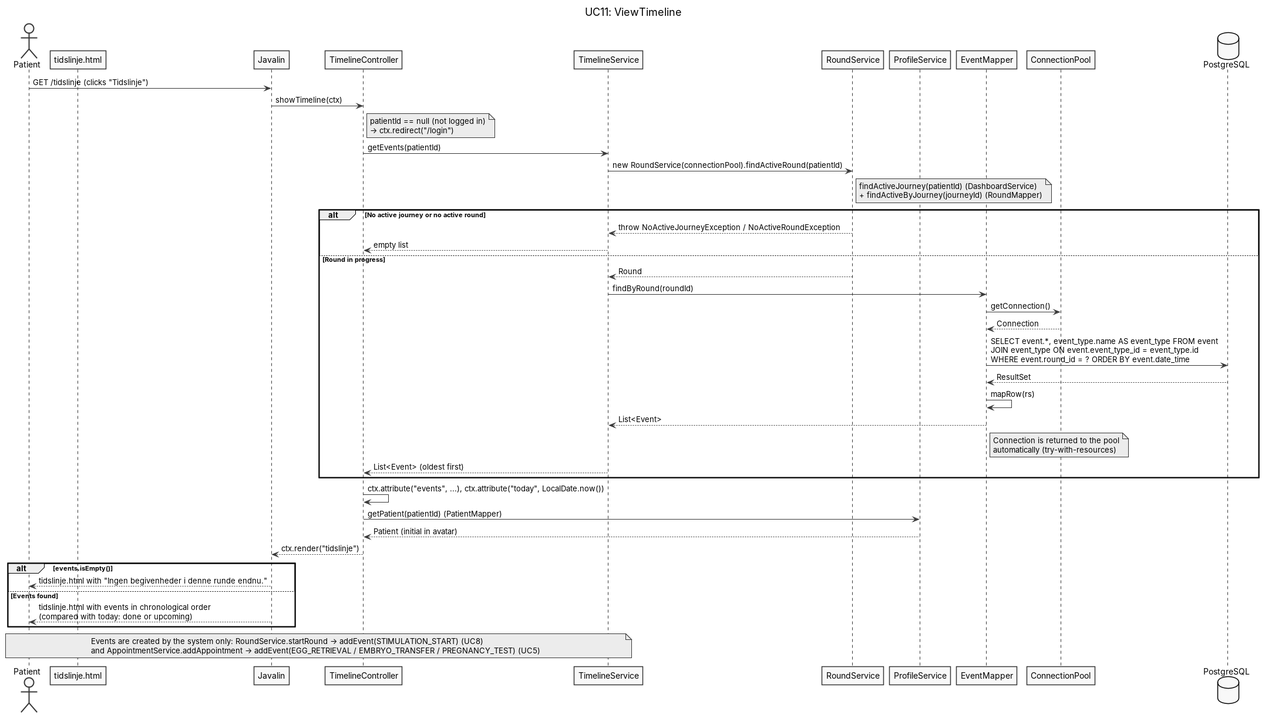
Earlier version of the PlantUML export doc/dynamic/UC11 - ViewTimeline.png (BesimaP/Simpl-PET-project). Its source is kept beside it as doc/dynamic/UC11 - ViewTimeline.puml.
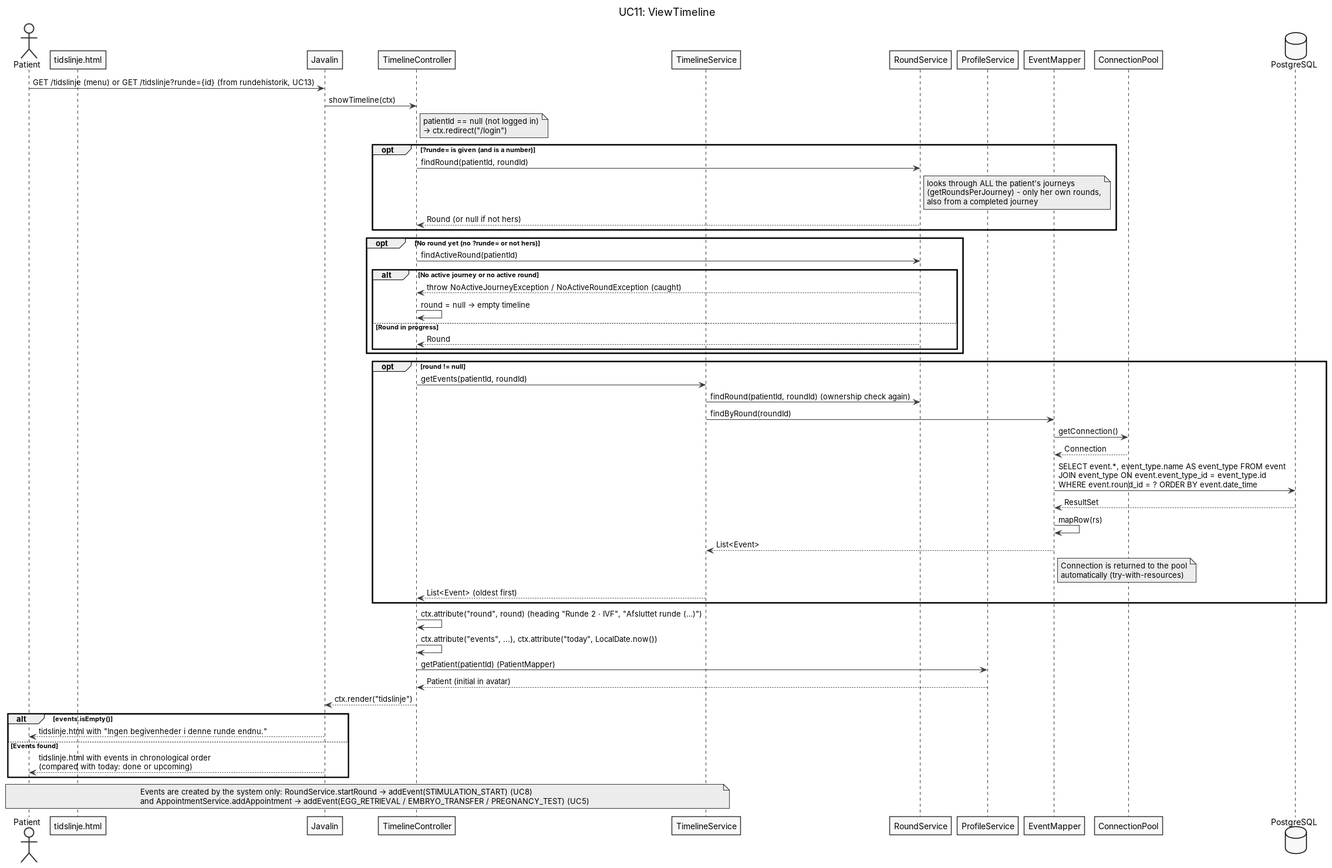
Later version of the same file.

What changed in the source:
```diff
@@ -17,18 +17,28 @@
 participant "ConnectionPool" as cp
 database "PostgreSQL" as db
 
-u -> j : GET /tidslinje (clicks "Tidslinje")
+u -> j : GET /tidslinje (menu) or GET /tidslinje?runde={id} (from rundehistorik, UC13)
 j -> c : showTimeline(ctx)
 note right of c : patientId == null (not logged in)\n→ ctx.redirect("/login")
-c -> s : getEvents(patientId)
-s -> rs : new RoundService(connectionPool).findActiveRound(patientId)
-note right of rs : findActiveJourney(patientId) (DashboardService)\n+ findActiveByJourney(journeyId) (RoundMapper)
 
-alt No active journey or no active round
-  rs --> s : throw NoActiveJourneyException / NoActiveRoundException
-  s --> c : empty list
-else Round in progress
-  rs --> s : Round
+opt ?runde= is given (and is a number)
+  c -> rs : findRound(patientId, roundId)
+  note right of rs : looks through ALL the patient's journeys\n(getRoundsPerJourney) – only her own rounds,\nalso from a completed journey
+  rs --> c : Round (or null if not hers)
+end
+opt No round yet (no ?runde= or not hers)
+  c -> rs : findActiveRound(patientId)
+  alt No active journey or no active round
+    rs --> c : throw NoActiveJourneyException / NoActiveRoundException (caught)
+    c -> c : round = null → empty timeline
+  else Round in progress
+    rs --> c : Round
+  end
+end
+
+opt round != null
+  c -> s : getEvents(patientId, roundId)
+  s -> rs : findRound(patientId, roundId) (ownership check again)
   s -> em : findByRound(roundId)
   em -> cp : getConnection()
   cp --> em : Connection
@@ -40,6 +50,7 @@
   s --> c : List<Event> (oldest first)
 end
 
+c -> c : ctx.attribute("round", round) (heading "Runde 2 · IVF", "Afsluttet runde (…)")
 c -> c : ctx.attribute("events", ...), ctx.attribute("today", LocalDate.now())
 c -> ps : getPatient(patientId) (PatientMapper)
 ps --> c : Patient (initial in avatar)
```
